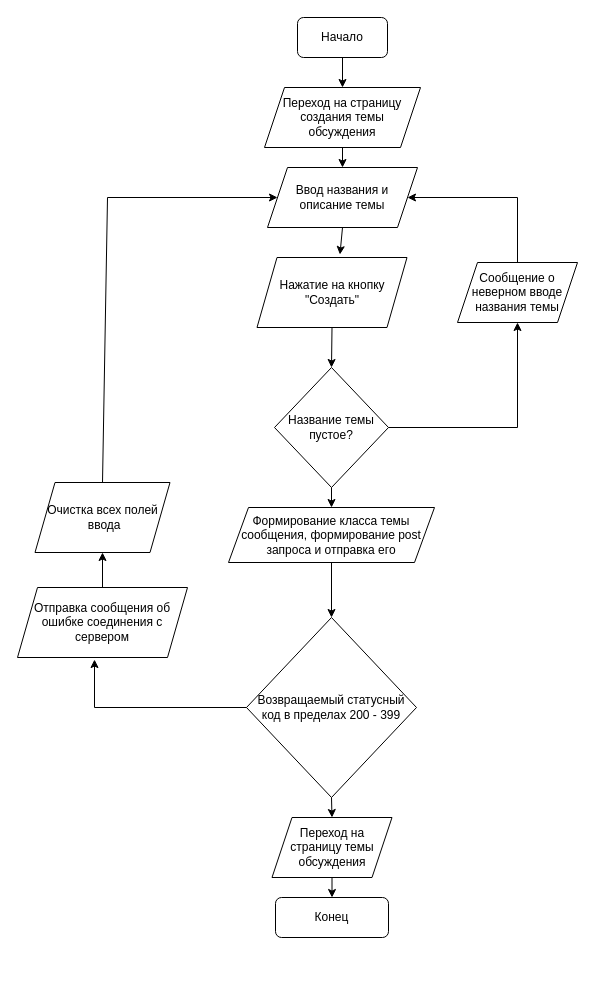
The draw.io diagram page "Page-2" (2 of 2) of algoritms.drawio in temp1k/Aboba, before the edit. Source tidied: cells renumbered, new cells numbered last; positions are measured from the earlier drawing's top-left corner, leaving out a move shared by most shapes. Both pictures are drawn from the tidied source at 100%, with x=0, y=0 at pixel (17, 17).
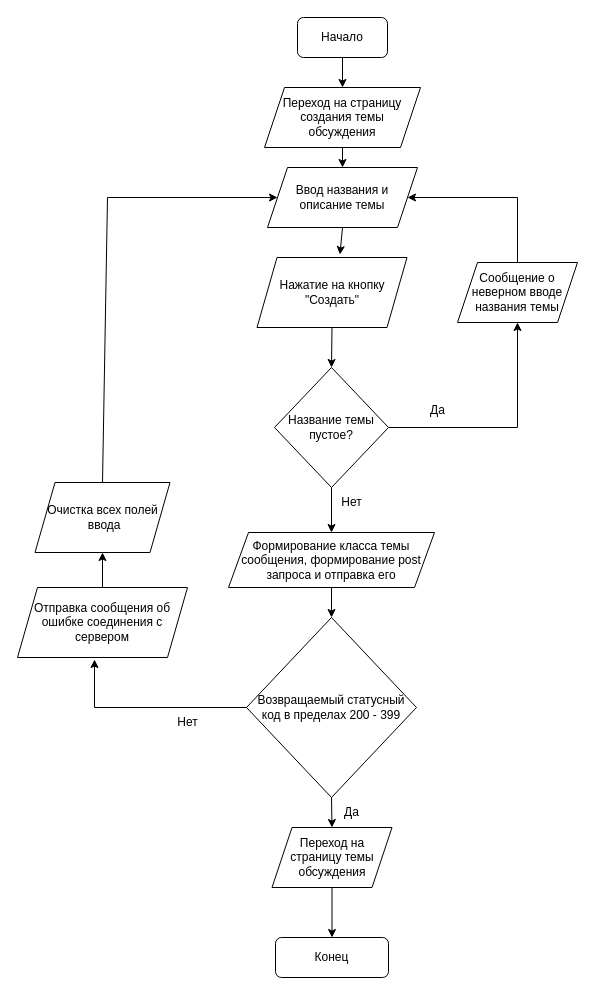
Above is the later version.

Diff of the diagram source:
```diff
@@
     <mxCell id="6" value="Формирование класса темы сообщения, формирование post запроса и отправка его" style="shape=parallelogram;perimeter=parallelogramPerimeter;whiteSpace=wrap;html=1;fixedSize=1;" parent="1" vertex="1">
-      <mxGeometry x="211" y="490" width="206" height="55" as="geometry" />
+      <mxGeometry x="211" y="515" width="206" height="55" as="geometry" />
     </mxCell>
@@
     <mxCell id="12" value="Переход на страницу темы&lt;br&gt;обсуждения" style="shape=parallelogram;perimeter=parallelogramPerimeter;whiteSpace=wrap;html=1;fixedSize=1;" parent="1" vertex="1">
-      <mxGeometry x="254.5" y="800" width="120" height="60" as="geometry" />
+      <mxGeometry x="254.5" y="810" width="120" height="60" as="geometry" />
     </mxCell>
     <mxCell id="13" value="Конец" style="rounded=1;whiteSpace=wrap;html=1;" parent="1" vertex="1">
-      <mxGeometry x="258" y="880" width="113" height="40" as="geometry" />
+      <mxGeometry x="258" y="920" width="113" height="40" as="geometry" />
     </mxCell>
@@
+    <mxCell id="27" value="Да" style="text;html=1;align=center;verticalAlign=middle;strokeColor=none;fillColor=none;" parent="1" vertex="1">
+      <mxGeometry x="400" y="378" width="40" height="30" as="geometry" />
+    </mxCell>
+    <mxCell id="28" value="Нет" style="text;html=1;align=center;verticalAlign=middle;strokeColor=none;fillColor=none;" parent="1" vertex="1">
+      <mxGeometry x="314" y="470" width="40" height="30" as="geometry" />
+    </mxCell>
+    <mxCell id="29" value="Нет" style="text;html=1;align=center;verticalAlign=middle;strokeColor=none;fillColor=none;" parent="1" vertex="1">
+      <mxGeometry x="150" y="690" width="40" height="30" as="geometry" />
+    </mxCell>
+    <mxCell id="30" value="Да" style="text;html=1;align=center;verticalAlign=middle;strokeColor=none;fillColor=none;" parent="1" vertex="1">
+      <mxGeometry x="314" y="780" width="40" height="30" as="geometry" />
+    </mxCell>
```
